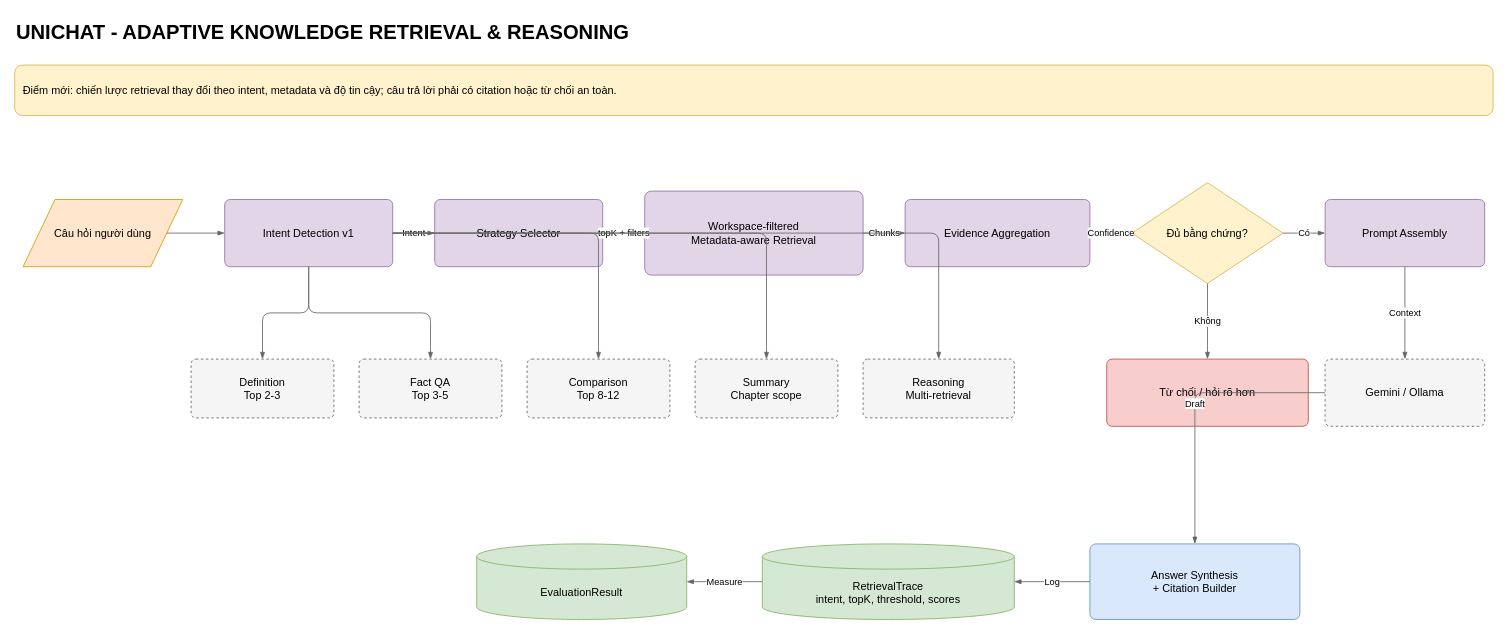
This is page "03 - Adaptive Retrieval Components" (3 of 3) of docs/thesis/05-so-do-drawio/unichat-architecture-usecase.drawio from Hiep0718/unichat, a draw.io file, before an edit. Source tidied: cells renumbered, new cells numbered last; positions are measured from the earlier drawing's top-left corner, leaving out a move shared by most shapes. Both pictures are drawn from the tidied source at 84%, with x=0, y=0 at pixel (14, 14).
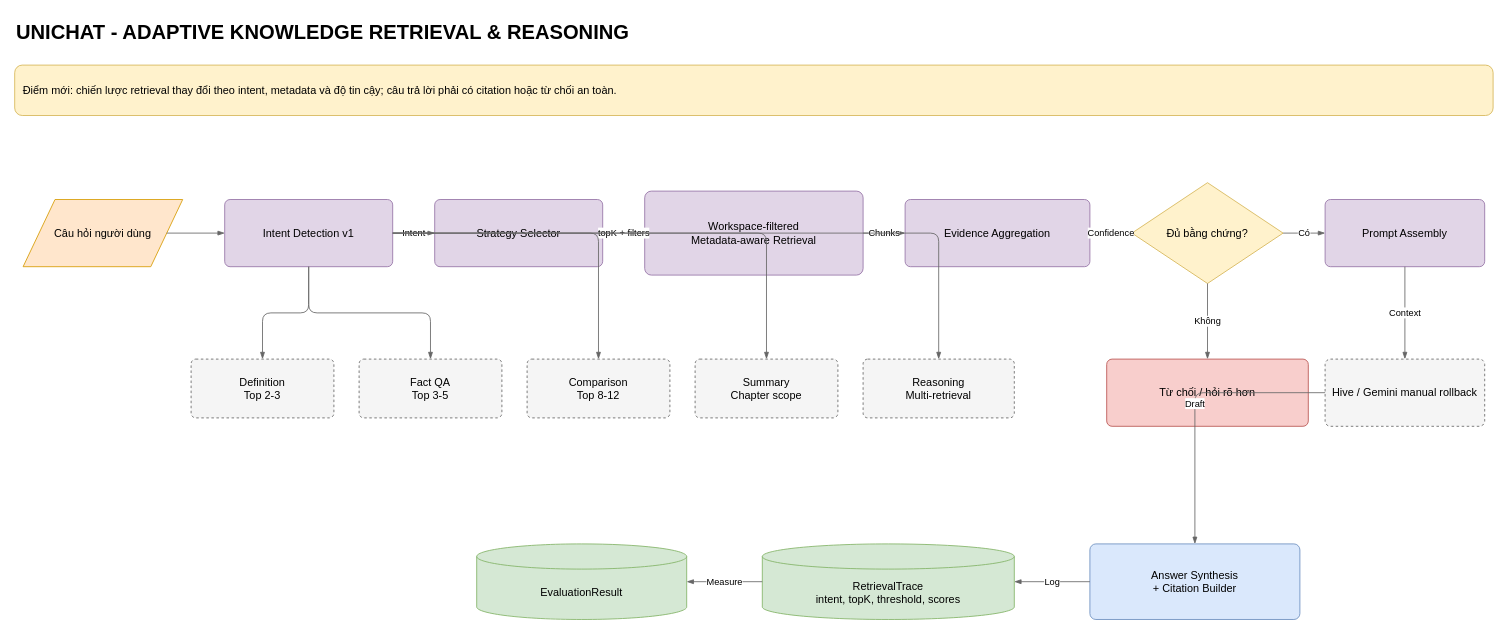
Above is the later version.

Change to the diagram source:
```diff
@@
-<mxGraphModel>
+<mxGraphModel background="#ffffff">
@@
-    <mxCell id="12" value="Gemini / Ollama" style="whiteSpace=wrap;html=1;fontFamily=Arial;fontSize=13;align=center;verticalAlign=middle;rounded=1;arcSize=8;dashed=1;fillColor=#f5f5f5;strokeColor=#666666;" parent="1" vertex="1">
+    <mxCell id="12" value="Hive / Gemini manual rollback" style="whiteSpace=wrap;html=1;fontFamily=Arial;fontSize=13;align=center;verticalAlign=middle;rounded=1;arcSize=8;dashed=1;fillColor=#f5f5f5;strokeColor=#666666;" parent="1" vertex="1">
       <mxGeometry x="1560" y="410" width="190" height="80" as="geometry" />
     </mxCell>
```
